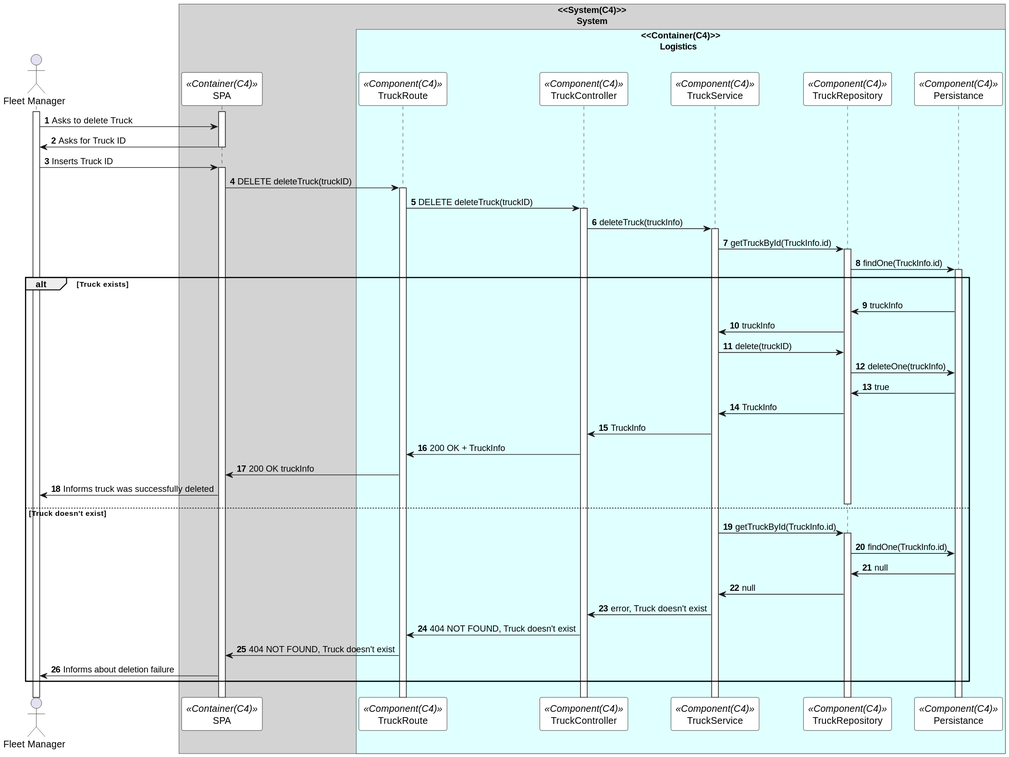
Earlier version of the PlantUML export Documents/Deployment Diagrams/Level 3 - Component/Process View/Truck/svg/deleteTruckSD.svg (0franciscor/dei_3dj_057).
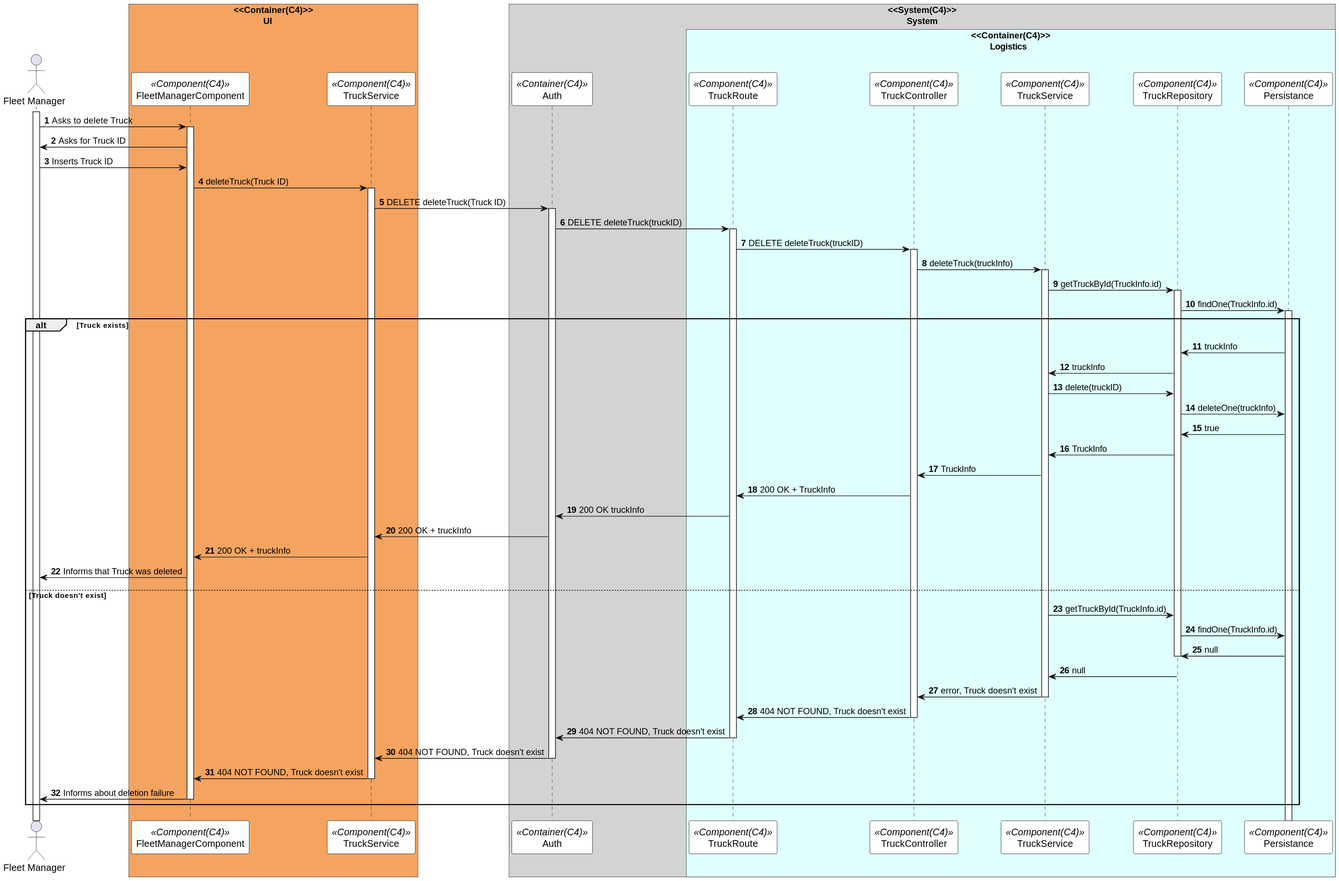
Later version of the same file.

Change to the diagram source:
```diff
@@ -10,8 +10,13 @@
 
 actor "Fleet Manager" as manager
 
+box "<<Container(C4)>>\n           UI" #SandyBrown
+participant "FleetManagerComponent" as FleetManagerComponent <<Component(C4)>>
+participant "TruckService" as TruckService <<Component(C4)>>
+end box
+
 box "<<System(C4)>>\n       System" #LightGray
-participant SPA as  SPA <<Container(C4)>>
+participant Auth as  Auth <<Container(C4)>>
 box "<<Container(C4)>>\n       Logistics" #LightCyan
 participant TruckRoute as Route <<Component(C4)>>
 participant TruckController as Controller <<Component(C4)>>
@@ -23,16 +28,18 @@
 
 
 activate manager
-activate SPA
-manager -> SPA: Asks to delete Truck
 
-SPA -> manager: Asks for Truck ID
-deactivate SPA
+manager -> FleetManagerComponent: Asks to delete Truck
+activate FleetManagerComponent
+FleetManagerComponent -> manager: Asks for Truck ID
 
-manager ->SPA: Inserts Truck ID
-activate SPA
+manager ->FleetManagerComponent: Inserts Truck ID
 
-SPA -> Route: DELETE deleteTruck(truckID)
+FleetManagerComponent -> TruckService: deleteTruck(Truck ID)
+activate TruckService
+TruckService -> Auth: DELETE deleteTruck(Truck ID)
+activate Auth
+Auth -> Route: DELETE deleteTruck(truckID)
 activate Route
 Route -> Controller :DELETE deleteTruck(truckID)
 activate Controller
@@ -56,26 +63,40 @@
 Repository -> Persistance:deleteOne(truckInfo)
 
 Persistance->Repository: true
+
 Repository->Service: TruckInfo
+
 Service->Controller: TruckInfo
 Controller->Route: 200 OK + TruckInfo
-Route->SPA: 200 OK truckInfo
+Route->Auth: 200 OK truckInfo
 
-SPA->manager: Informs truck was successfully deleted
-deactivate Repository
+Auth->TruckService: 200 OK + truckInfo
+TruckService->FleetManagerComponent: 200 OK + truckInfo
+FleetManagerComponent->manager: Informs that Truck was deleted
 
 else Truck doesn't exist
 
 Service -> Repository: getTruckById(TruckInfo.id)
-activate Repository
+
 Repository -> Persistance: findOne(TruckInfo.id)
 
 Persistance->Repository: null
+deactivate Repository
 Repository->Service: null
+deactivate Repository
 Service->Controller: error, Truck doesn't exist
+deactivate Service
 Controller->Route: 404 NOT FOUND, Truck doesn't exist
-Route->SPA: 404 NOT FOUND, Truck doesn't exist
-SPA->manager: Informs about deletion failure
+deactivate Controller
+Route->Auth: 404 NOT FOUND, Truck doesn't exist
+deactivate Route
+
+Auth->TruckService: 404 NOT FOUND, Truck doesn't exist
+deactivate Auth
+TruckService->FleetManagerComponent: 404 NOT FOUND, Truck doesn't exist
+deactivate TruckService
+FleetManagerComponent->manager: Informs about deletion failure
+deactivate FleetManagerComponent
 
 
 @enduml
```
